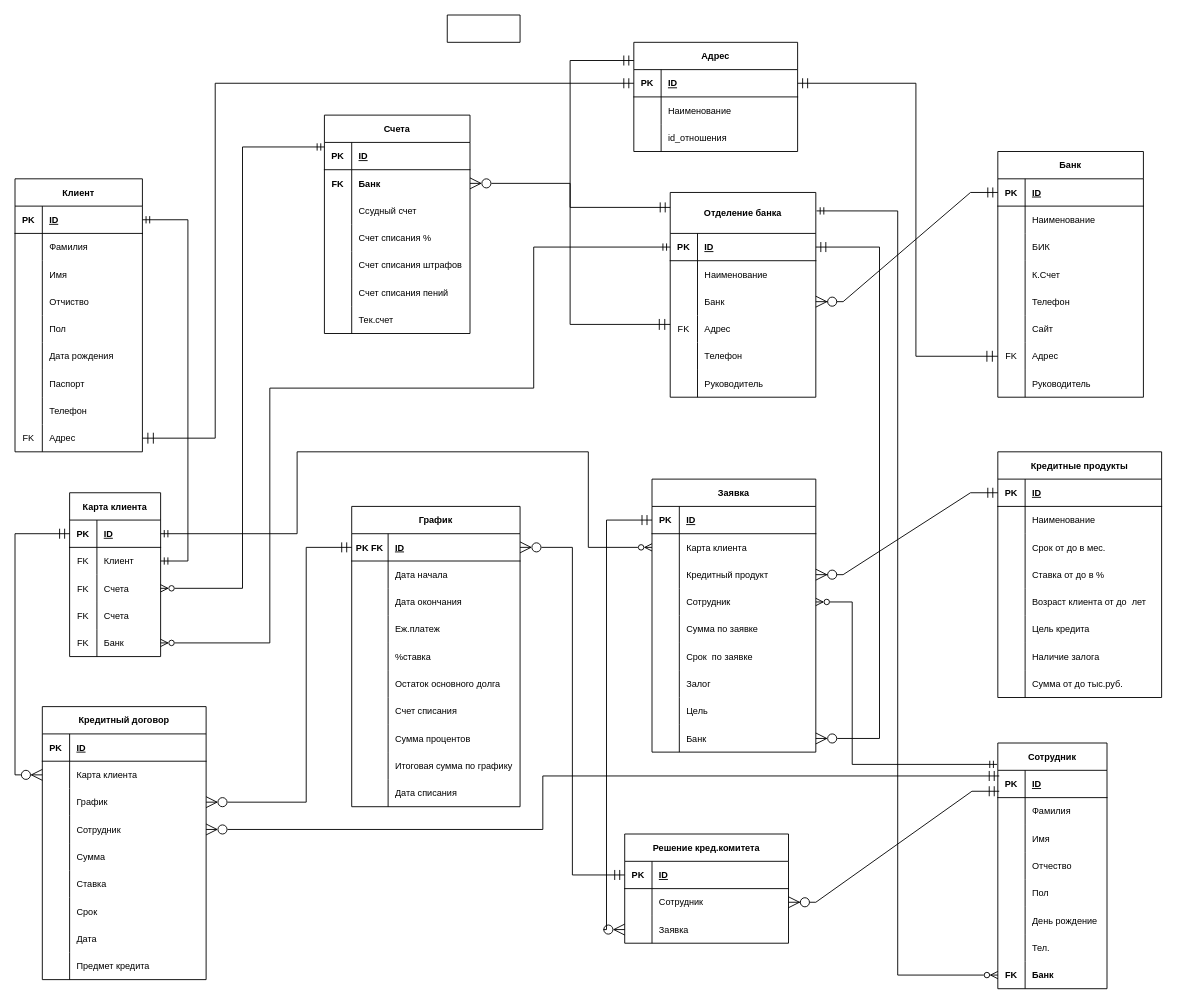
This is Кред Договора.drawio from RadmirSalikhov/otushomeworks, a draw.io file, before an edit. Source tidied: cells renumbered, new cells numbered last; positions are measured from the earlier drawing's top-left corner, leaving out a move shared by most shapes. Both pictures are drawn from the tidied source at 91%, with x=0, y=0 at pixel (15, 15).
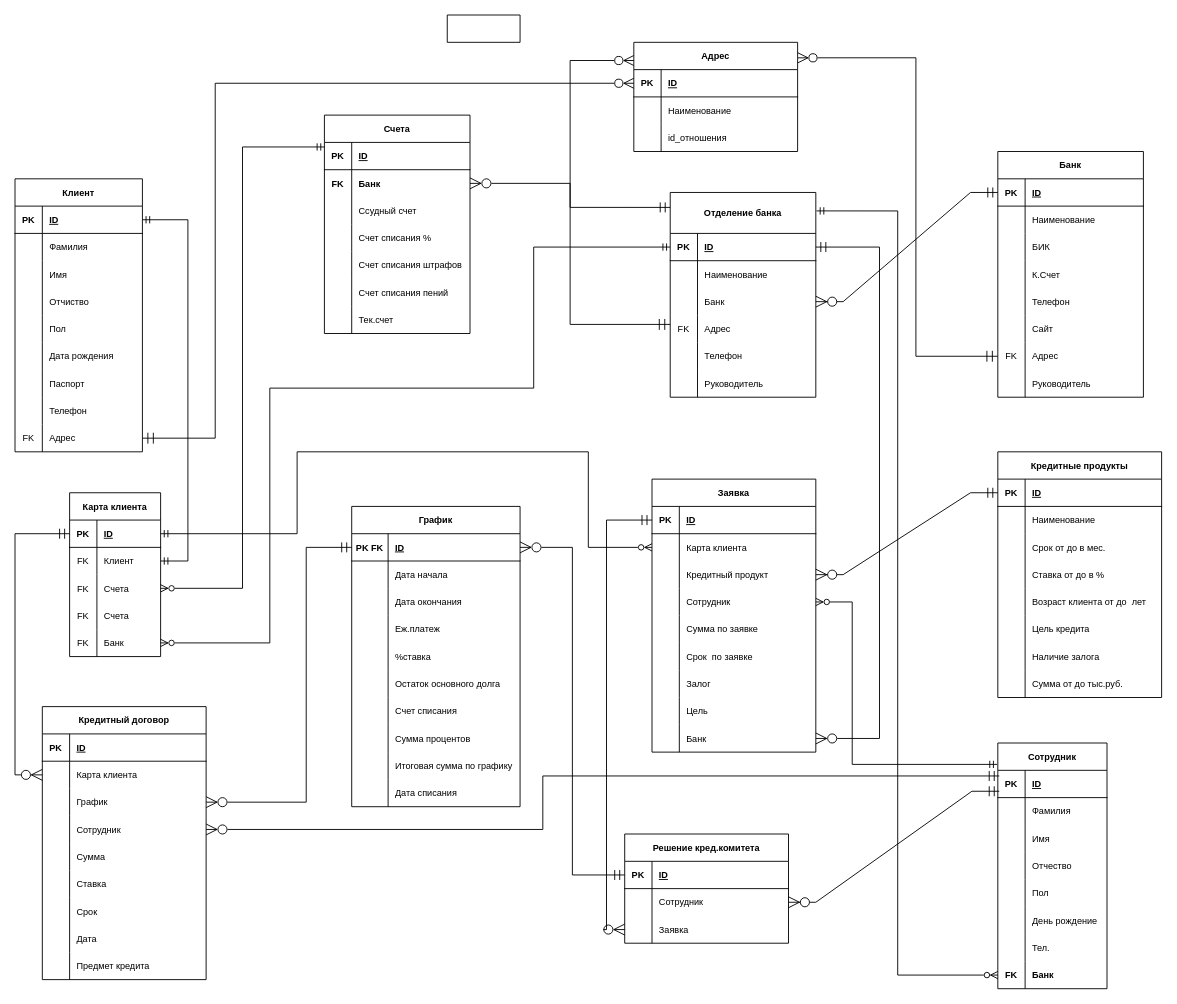
Above is the later version.

The change refers to these unchanged cells:
```xml
<mxCell id="27" style="shape=tableRow;horizontal=0;startSize=0;swimlaneHead=0;swimlaneBody=0;fillColor=none;points=[[0,0.5],[1,0.5]];portConstraint=eastwest;top=0;left=0;right=0;bottom=0;fontSize=10;" parent="2" vertex="1">
  <mxGeometry y="270" width="140" height="30" as="geometry" />
</mxCell>
<mxCell id="106" style="shape=tableRow;horizontal=0;startSize=0;swimlaneHead=0;swimlaneBody=0;fillColor=none;points=[[0,0.5],[1,0.5]];portConstraint=eastwest;top=0;left=0;right=0;bottom=0;fontSize=10;" parent="96" vertex="1">
  <mxGeometry y="135" width="160" height="30" as="geometry" />
</mxCell>
<mxCell id="134" style="shape=tableRow;horizontal=0;startSize=0;swimlaneHead=0;swimlaneBody=0;fillColor=none;points=[[0,0.5],[1,0.5]];portConstraint=eastwest;top=0;left=0;right=0;bottom=0;fontSize=10;" parent="115" vertex="1">
  <mxGeometry y="210" width="160" height="30" as="geometry" />
</mxCell>
<mxCell id="166" value="Адрес" style="shape=table;startSize=30;childLayout=tableLayout;rowLines=0;fontStyle=1;align=center;fontSize=10;" parent="1" vertex="1">
  <mxGeometry x="680" y="30" width="180" height="120" as="geometry" />
</mxCell>
<mxCell id="167" style="shape=tableRow;horizontal=0;startSize=0;swimlaneHead=0;swimlaneBody=0;fillColor=none;points=[[0,0.5],[1,0.5]];portConstraint=eastwest;top=0;left=0;right=0;bottom=1;fontSize=10;" parent="166" vertex="1">
  <mxGeometry y="30" width="180" height="30" as="geometry" />
</mxCell>
```

What changed in the source:
```diff
@@
-    <mxCell id="282" style="edgeStyle=orthogonalEdgeStyle;rounded=0;jettySize=auto;html=1;fontSize=10;startArrow=ERmandOne;startFill=0;endArrow=ERmandOne;endFill=0;startSize=9;endSize=10;" parent="1" edge="1" target="106">
+    <mxCell id="282" style="edgeStyle=orthogonalEdgeStyle;rounded=0;jettySize=auto;html=1;fontSize=10;startArrow=ERzeroToMany;startFill=0;endArrow=ERmandOne;endFill=0;startSize=9;endSize=10;" parent="1" edge="1" target="106">
       <mxGeometry relative="1" as="geometry">
         <mxPoint x="680" y="50" as="sourcePoint" />
         <Array as="points">
           <mxPoint x="610" y="50" />
           <mxPoint x="610" y="340" />
         </Array>
       </mxGeometry>
     </mxCell>
-    <mxCell id="283" style="edgeStyle=orthogonalEdgeStyle;rounded=0;jettySize=auto;html=1;exitX=1;exitY=0.5;exitDx=0;exitDy=0;entryX=0;entryY=0.5;entryDx=0;entryDy=0;fontSize=10;startArrow=ERmandOne;startFill=0;endArrow=ERmandOne;endFill=0;startSize=9;endSize=10;" parent="1" edge="1" source="167" target="134">
+    <mxCell id="283" style="edgeStyle=orthogonalEdgeStyle;rounded=0;jettySize=auto;html=1;exitX=1.002;exitY=0.142;exitDx=0;exitDy=0;entryX=0;entryY=0.5;entryDx=0;entryDy=0;fontSize=10;startArrow=ERzeroToMany;startFill=0;endArrow=ERmandOne;endFill=0;startSize=9;endSize=10;exitPerimeter=0;" parent="1" edge="1" source="166" target="134">
       <mxGeometry relative="1" as="geometry">
         <Array as="points">
-          <mxPoint x="990" y="75" />
+          <mxPoint x="990" y="47" />
           <mxPoint x="990" y="375" />
         </Array>
       </mxGeometry>
     </mxCell>
-    <mxCell id="284" style="edgeStyle=orthogonalEdgeStyle;rounded=0;jettySize=auto;html=1;entryX=1;entryY=0.5;entryDx=0;entryDy=0;fontSize=10;startArrow=ERmandOne;startFill=0;endArrow=ERmandOne;endFill=0;startSize=9;endSize=10;exitX=0;exitY=0.5;exitDx=0;exitDy=0;" parent="1" edge="1" source="167" target="27">
+    <mxCell id="284" style="edgeStyle=orthogonalEdgeStyle;rounded=0;jettySize=auto;html=1;entryX=1;entryY=0.5;entryDx=0;entryDy=0;fontSize=10;startArrow=ERzeroToMany;startFill=0;endArrow=ERmandOne;endFill=0;startSize=9;endSize=10;exitX=0;exitY=0.5;exitDx=0;exitDy=0;" parent="1" edge="1" source="167" target="27">
       <mxGeometry relative="1" as="geometry">
         <Array as="points">
           <mxPoint x="220" y="75" />
           <mxPoint x="220" y="465" />
         </Array>
       </mxGeometry>
     </mxCell>
```
